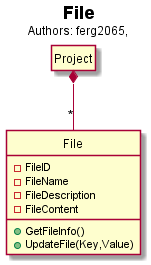
Earlier version of the PlantUML export hw3/Server/server_file.png (voxelv/sQuire_kw).
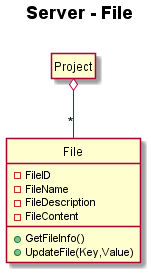
Later version of the same file.

Diff of the diagram source:
```diff
@@ -2,7 +2,7 @@
 hide circle
 hide empty members
 
-Title <b>File</b>\n<size:12>Authors: ferg2065, </size>
+Title <b>Server - File</b>\n
 
 class "Project" as sqs_pr
 class "File" as sqs_fi{
@@ -14,6 +14,6 @@
 	+UpdateFile(Key,Value)
 	}
 
-sqs_pr *-- "*" sqs_fi
+sqs_pr o-- "*" sqs_fi
 
 @enduml
```
